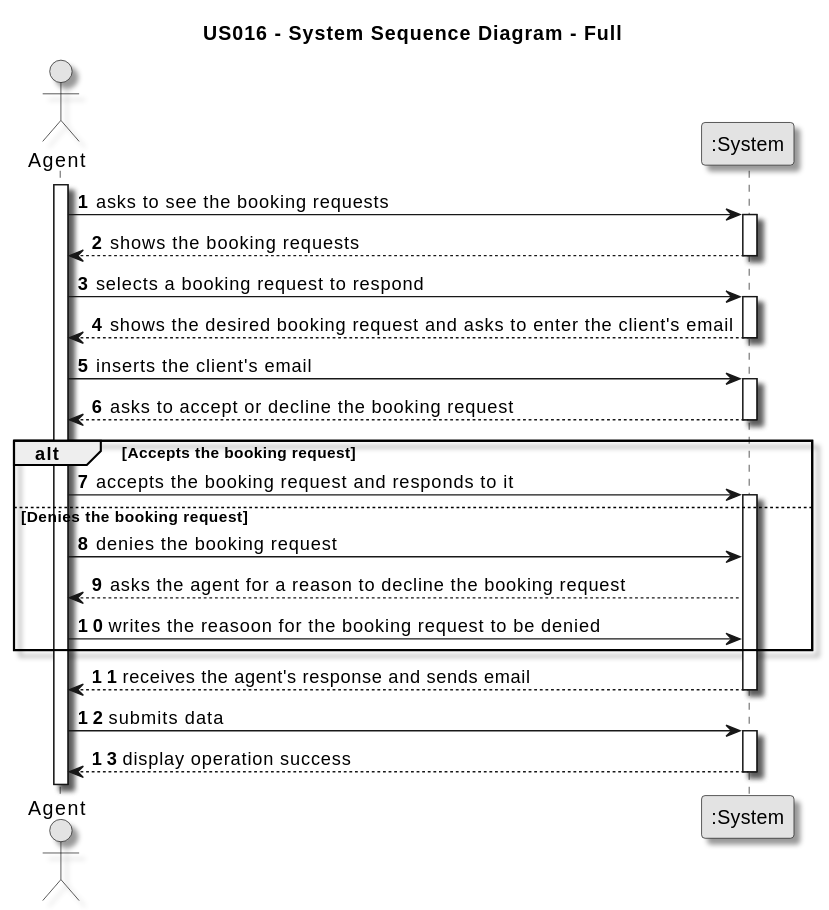
Earlier version of the PlantUML export docs/sprintD/US016/01.requirements-engineering/svg/us016-system-sequence-diagram-full.svg (PureNimble/ISEP-LAPR2).
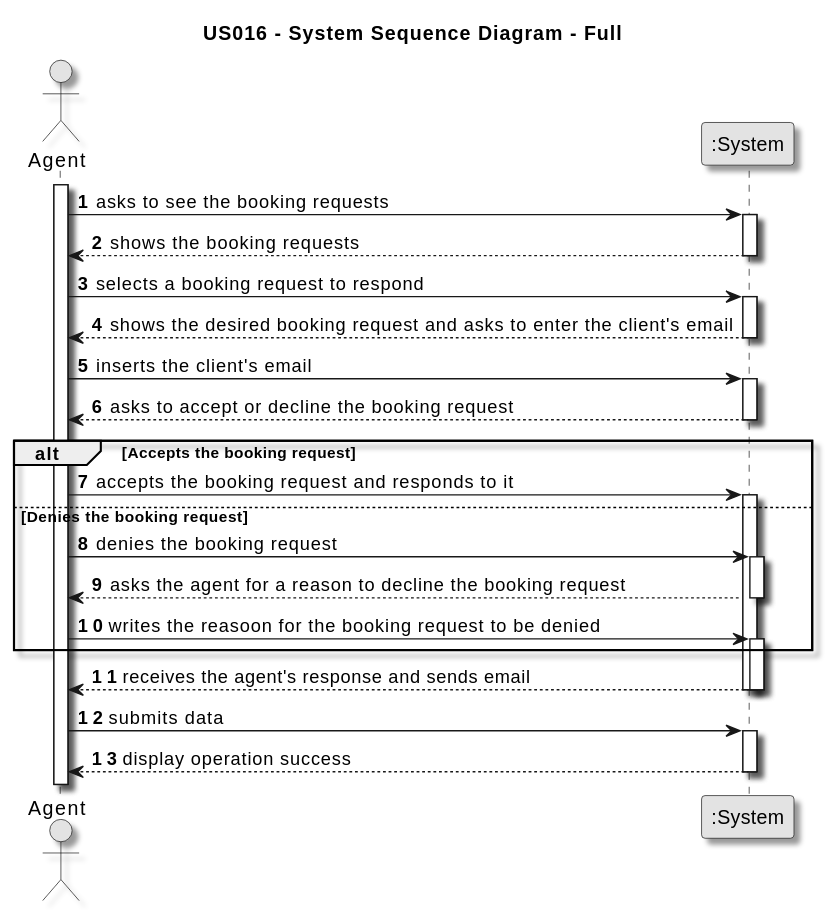
After the commit.

Change to the diagram source:
```diff
@@ -38,14 +38,18 @@
 else Denies the booking request
 
 Agent -> System : denies the booking request
+activate System
 
 System --> Agent : asks the agent for a reason to decline the booking request
+deactivate System
 
 Agent -> System : writes the reasoon for the booking request to be denied
+activate System
 
 end
 
 System --> Agent : receives the agent's response and sends email
+deactivate System
 deactivate System
 
 Agent -> System : submits data
```
